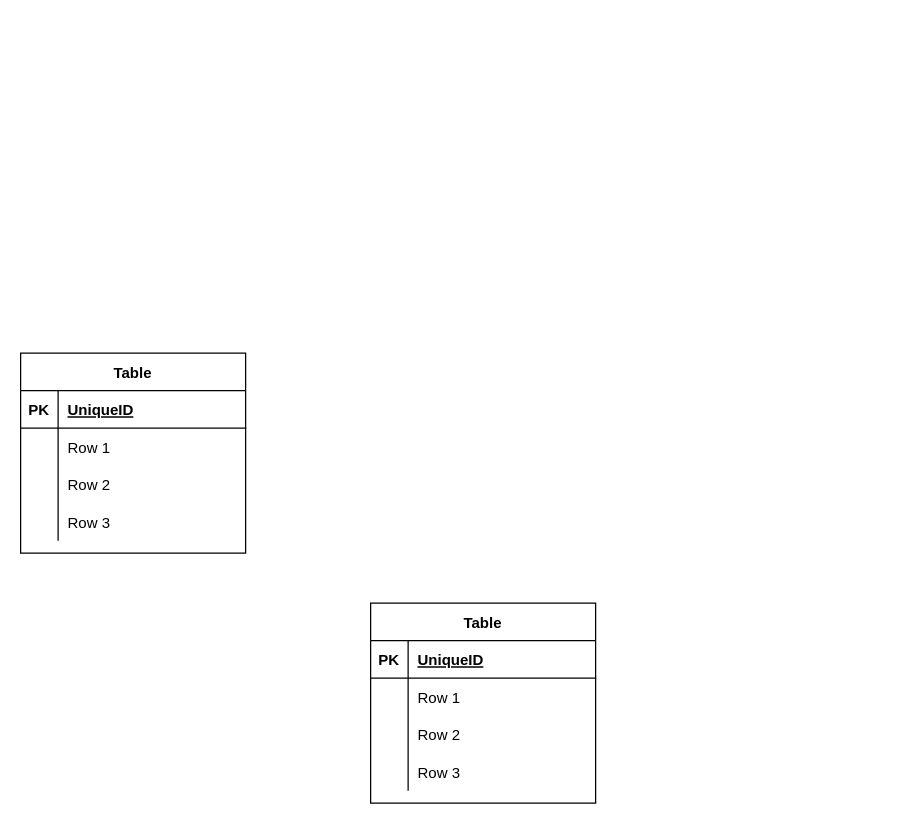
manudous/modelado-drawio keeps this draw.io diagram as biblioteca/biblioteca.drawio. Above is the earlier version. Source tidied: cells renumbered, new cells numbered last; positions are measured from the earlier drawing's top-left corner, leaving out a move shared by most shapes. Both pictures are drawn from the tidied source at 125%, with x=0, y=0 at pixel (20, 352).
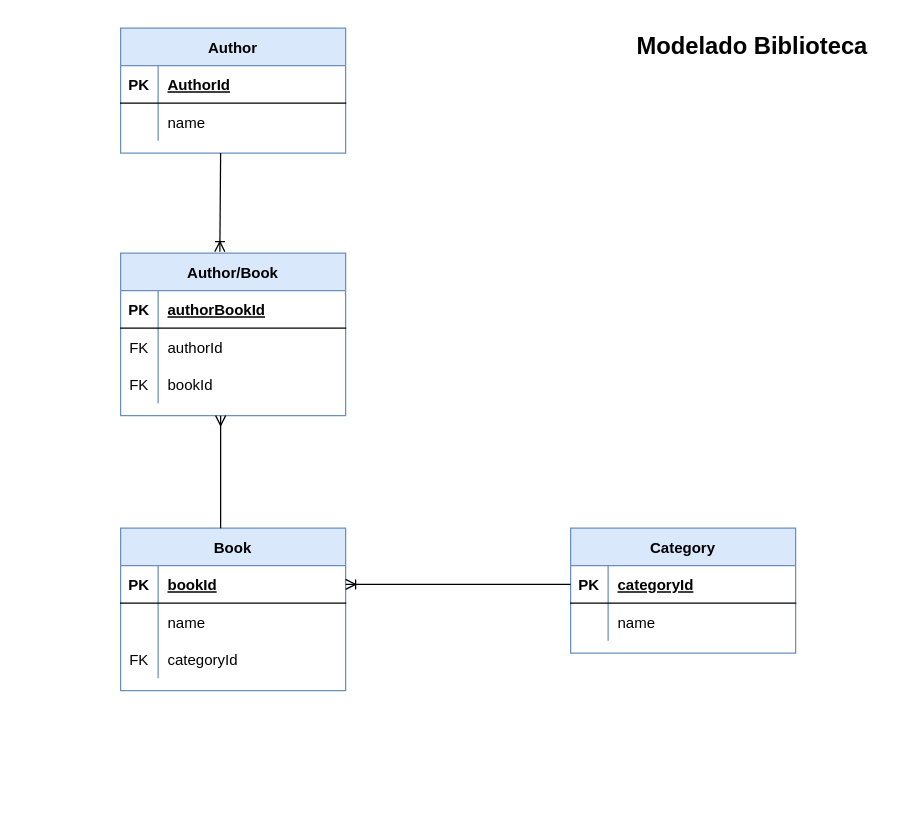
After the change.

The change refers to these unchanged cells:
```xml
<mxCell id="3" style="shape=tableRow;horizontal=0;startSize=0;swimlaneHead=0;swimlaneBody=0;fillColor=none;top=0;left=0;right=0;bottom=1;" parent="2" vertex="1">
  <mxGeometry y="30" width="180" height="30" as="geometry" />
</mxCell>
<mxCell id="6" style="shape=tableRow;horizontal=0;startSize=0;swimlaneHead=0;swimlaneBody=0;fillColor=none;top=0;left=0;right=0;bottom=0;" parent="2" vertex="1">
  <mxGeometry y="60" width="180" height="30" as="geometry" />
</mxCell>
<mxCell id="9" style="shape=tableRow;horizontal=0;startSize=0;swimlaneHead=0;swimlaneBody=0;fillColor=none;top=0;left=0;right=0;bottom=0;" parent="2" vertex="1">
  <mxGeometry y="90" width="180" height="30" as="geometry" />
</mxCell>
<mxCell id="16" style="shape=tableRow;horizontal=0;startSize=0;swimlaneHead=0;swimlaneBody=0;fillColor=none;top=0;left=0;right=0;bottom=1;" parent="15" vertex="1">
  <mxGeometry y="30" width="180" height="30" as="geometry" />
</mxCell>
<mxCell id="19" style="shape=tableRow;horizontal=0;startSize=0;swimlaneHead=0;swimlaneBody=0;fillColor=none;top=0;left=0;right=0;bottom=0;" parent="15" vertex="1">
  <mxGeometry y="60" width="180" height="30" as="geometry" />
</mxCell>
```

Diff of the diagram source:
```diff
@@
-    <mxCell id="2" value="Table" style="shape=table;startSize=30;childLayout=tableLayout;rowLines=0;fontStyle=1;align=center;" parent="1" vertex="1">
-      <mxGeometry x="280" y="200" width="180" height="160" as="geometry" />
+    <mxCell id="2" value="Author/Book" style="shape=table;startSize=30;childLayout=tableLayout;rowLines=0;fontStyle=1;align=center;fillColor=#dae8fc;strokeColor=#6c8ebf;" parent="1" vertex="1">
+      <mxGeometry x="80" y="-80" width="180" height="130" as="geometry" />
     </mxCell>
@@
-    <mxCell id="5" value="UniqueID" style="shape=partialRectangle;fillColor=none;top=0;left=0;bottom=0;right=0;align=left;spacingLeft=6;fontStyle=5;overflow=hidden;" parent="3" vertex="1">
+    <mxCell id="5" value="authorBookId" style="shape=partialRectangle;fillColor=none;top=0;left=0;bottom=0;right=0;align=left;spacingLeft=6;fontStyle=5;overflow=hidden;" parent="3" vertex="1">
       <mxGeometry x="30" width="150" height="30" as="geometry" />
     </mxCell>
@@
-    <mxCell id="7" style="shape=partialRectangle;fillColor=none;top=0;left=0;bottom=0;right=0;overflow=hidden;" parent="6" vertex="1">
+    <mxCell id="7" value="FK" style="shape=partialRectangle;fillColor=none;top=0;left=0;bottom=0;right=0;overflow=hidden;" parent="6" vertex="1">
       <mxGeometry width="30" height="30" as="geometry" />
     </mxCell>
-    <mxCell id="8" value="Row 1" style="shape=partialRectangle;fillColor=none;top=0;left=0;bottom=0;right=0;align=left;spacingLeft=6;overflow=hidden;" parent="6" vertex="1">
+    <mxCell id="8" value="authorId" style="shape=partialRectangle;fillColor=none;top=0;left=0;bottom=0;right=0;align=left;spacingLeft=6;overflow=hidden;" parent="6" vertex="1">
       <mxGeometry x="30" width="150" height="30" as="geometry" />
     </mxCell>
@@
-    <mxCell id="10" style="shape=partialRectangle;fillColor=none;top=0;left=0;bottom=0;right=0;overflow=hidden;" parent="9" vertex="1">
+    <mxCell id="10" value="FK" style="shape=partialRectangle;fillColor=none;top=0;left=0;bottom=0;right=0;overflow=hidden;" parent="9" vertex="1">
       <mxGeometry width="30" height="30" as="geometry" />
     </mxCell>
-    <mxCell id="11" value="Row 2" style="shape=partialRectangle;fillColor=none;top=0;left=0;bottom=0;right=0;align=left;spacingLeft=6;overflow=hidden;" parent="9" vertex="1">
+    <mxCell id="11" value="bookId" style="shape=partialRectangle;fillColor=none;top=0;left=0;bottom=0;right=0;align=left;spacingLeft=6;overflow=hidden;" parent="9" vertex="1">
       <mxGeometry x="30" width="150" height="30" as="geometry" />
     </mxCell>
-    <mxCell id="12" style="shape=tableRow;horizontal=0;startSize=0;swimlaneHead=0;swimlaneBody=0;fillColor=none;top=0;left=0;right=0;bottom=0;" parent="2" vertex="1">
-      <mxGeometry y="120" width="180" height="30" as="geometry" />
-    </mxCell>
-    <mxCell id="13" style="shape=partialRectangle;fillColor=none;top=0;left=0;bottom=0;right=0;overflow=hidden;" parent="12" vertex="1">
-      <mxGeometry width="30" height="30" as="geometry" />
-    </mxCell>
-    <mxCell id="14" value="Row 3" style="shape=partialRectangle;fillColor=none;top=0;left=0;bottom=0;right=0;align=left;spacingLeft=6;overflow=hidden;" parent="12" vertex="1">
-      <mxGeometry x="30" width="150" height="30" as="geometry" />
-    </mxCell>
-    <mxCell id="15" value="Table" style="shape=table;startSize=30;childLayout=tableLayout;rowLines=0;fontStyle=1;align=center;" parent="1" vertex="1">
-      <mxGeometry width="180" height="160" as="geometry" />
+    <mxCell id="15" value="Author" style="shape=table;startSize=30;childLayout=tableLayout;rowLines=0;fontStyle=1;align=center;fillColor=#dae8fc;strokeColor=#6c8ebf;" parent="1" vertex="1">
+      <mxGeometry x="80" y="-260" width="180" height="100" as="geometry" />
     </mxCell>
@@
-    <mxCell id="18" value="UniqueID" style="shape=partialRectangle;fillColor=none;top=0;left=0;bottom=0;right=0;align=left;spacingLeft=6;fontStyle=5;overflow=hidden;" parent="16" vertex="1">
+    <mxCell id="18" value="AuthorId" style="shape=partialRectangle;fillColor=none;top=0;left=0;bottom=0;right=0;align=left;spacingLeft=6;fontStyle=5;overflow=hidden;" parent="16" vertex="1">
       <mxGeometry x="30" width="150" height="30" as="geometry" />
     </mxCell>
@@
-    <mxCell id="21" value="Row 1" style="shape=partialRectangle;fillColor=none;top=0;left=0;bottom=0;right=0;align=left;spacingLeft=6;overflow=hidden;" parent="19" vertex="1">
+    <mxCell id="21" value="name" style="shape=partialRectangle;fillColor=none;top=0;left=0;bottom=0;right=0;align=left;spacingLeft=6;overflow=hidden;" parent="19" vertex="1">
       <mxGeometry x="30" width="150" height="30" as="geometry" />
     </mxCell>
+    <mxCell id="28" value="Book" style="shape=table;startSize=30;childLayout=tableLayout;rowLines=0;fontStyle=1;align=center;fillColor=#dae8fc;strokeColor=#6c8ebf;" parent="1" vertex="1">
+      <mxGeometry x="80" y="140" width="180" height="130" as="geometry" />
+    </mxCell>
+    <mxCell id="29" style="shape=tableRow;horizontal=0;startSize=0;swimlaneHead=0;swimlaneBody=0;fillColor=none;points=[[0,0.5],[1,0.5]];portConstraint=eastwest;top=0;left=0;right=0;bottom=1;" parent="28" vertex="1">
+      <mxGeometry y="30" width="180" height="30" as="geometry" />
+    </mxCell>
+    <mxCell id="30" value="PK" style="shape=partialRectangle;fillColor=none;top=0;left=0;bottom=0;right=0;fontStyle=1;overflow=hidden;" parent="29" vertex="1">
+      <mxGeometry width="30" height="30" as="geometry" />
+    </mxCell>
+    <mxCell id="31" value="bookId" style="shape=partialRectangle;fillColor=none;top=0;left=0;bottom=0;right=0;align=left;spacingLeft=6;fontStyle=5;overflow=hidden;" parent="29" vertex="1">
+      <mxGeometry x="30" width="150" height="30" as="geometry" />
+    </mxCell>
+    <mxCell id="32" style="shape=tableRow;horizontal=0;startSize=0;swimlaneHead=0;swimlaneBody=0;fillColor=none;top=0;left=0;right=0;bottom=0;" parent="28" vertex="1">
+      <mxGeometry y="60" width="180" height="30" as="geometry" />
+    </mxCell>
+    <mxCell id="33" style="shape=partialRectangle;fillColor=none;top=0;left=0;bottom=0;right=0;overflow=hidden;" parent="32" vertex="1">
+      <mxGeometry width="30" height="30" as="geometry" />
+    </mxCell>
+    <mxCell id="34" value="name" style="shape=partialRectangle;fillColor=none;top=0;left=0;bottom=0;right=0;align=left;spacingLeft=6;overflow=hidden;" parent="32" vertex="1">
+      <mxGeometry x="30" width="150" height="30" as="geometry" />
+    </mxCell>
-    <mxCell id="22" style="shape=tableRow;horizontal=0;startSize=0;swimlaneHead=0;swimlaneBody=0;fillColor=none;top=0;left=0;right=0;bottom=0;" parent="15" vertex="1">
+    <mxCell id="22" style="shape=tableRow;horizontal=0;startSize=0;swimlaneHead=0;swimlaneBody=0;fillColor=none;top=0;left=0;right=0;bottom=0;" parent="28" vertex="1">
       <mxGeometry y="90" width="180" height="30" as="geometry" />
     </mxCell>
-    <mxCell id="23" style="shape=partialRectangle;fillColor=none;top=0;left=0;bottom=0;right=0;overflow=hidden;" parent="22" vertex="1">
-      <mxGeometry width="30" height="30" as="geometry" />
-    </mxCell>
-    <mxCell id="24" value="Row 2" style="shape=partialRectangle;fillColor=none;top=0;left=0;bottom=0;right=0;align=left;spacingLeft=6;overflow=hidden;" parent="22" vertex="1">
-      <mxGeometry x="30" width="150" height="30" as="geometry" />
-    </mxCell>
-    <mxCell id="25" style="shape=tableRow;horizontal=0;startSize=0;swimlaneHead=0;swimlaneBody=0;fillColor=none;top=0;left=0;right=0;bottom=0;" parent="15" vertex="1">
-      <mxGeometry y="120" width="180" height="30" as="geometry" />
-    </mxCell>
-    <mxCell id="26" style="shape=partialRectangle;fillColor=none;top=0;left=0;bottom=0;right=0;overflow=hidden;" parent="25" vertex="1">
-      <mxGeometry width="30" height="30" as="geometry" />
-    </mxCell>
-    <mxCell id="27" value="Row 3" style="shape=partialRectangle;fillColor=none;top=0;left=0;bottom=0;right=0;align=left;spacingLeft=6;overflow=hidden;" parent="25" vertex="1">
-      <mxGeometry x="30" width="150" height="30" as="geometry" />
-    </mxCell>
+    <mxCell id="35" value="FK" style="shape=partialRectangle;fillColor=none;top=0;left=0;bottom=0;right=0;overflow=hidden;" parent="22" vertex="1">
+      <mxGeometry width="30" height="30" as="geometry" />
+    </mxCell>
+    <mxCell id="36" value="categoryId" style="shape=partialRectangle;fillColor=none;top=0;left=0;bottom=0;right=0;align=left;spacingLeft=6;overflow=hidden;" parent="22" vertex="1">
+      <mxGeometry x="30" width="150" height="30" as="geometry" />
+    </mxCell>
+    <mxCell id="37" value="Category" style="shape=table;startSize=30;childLayout=tableLayout;rowLines=0;fontStyle=1;align=center;fillColor=#dae8fc;strokeColor=#6c8ebf;" parent="1" vertex="1">
+      <mxGeometry x="440" y="140" width="180" height="100" as="geometry" />
+    </mxCell>
+    <mxCell id="38" style="shape=tableRow;horizontal=0;startSize=0;swimlaneHead=0;swimlaneBody=0;fillColor=none;points=[[0,0.5],[1,0.5]];portConstraint=eastwest;top=0;left=0;right=0;bottom=1;" parent="37" vertex="1">
+      <mxGeometry y="30" width="180" height="30" as="geometry" />
+    </mxCell>
+    <mxCell id="39" value="PK" style="shape=partialRectangle;fillColor=none;top=0;left=0;bottom=0;right=0;fontStyle=1;overflow=hidden;" parent="38" vertex="1">
+      <mxGeometry width="30" height="30" as="geometry" />
+    </mxCell>
+    <mxCell id="40" value="categoryId" style="shape=partialRectangle;fillColor=none;top=0;left=0;bottom=0;right=0;align=left;spacingLeft=6;fontStyle=5;overflow=hidden;" parent="38" vertex="1">
+      <mxGeometry x="30" width="150" height="30" as="geometry" />
+    </mxCell>
+    <mxCell id="41" style="shape=tableRow;horizontal=0;startSize=0;swimlaneHead=0;swimlaneBody=0;fillColor=none;top=0;left=0;right=0;bottom=0;" parent="37" vertex="1">
+      <mxGeometry y="60" width="180" height="30" as="geometry" />
+    </mxCell>
+    <mxCell id="42" style="shape=partialRectangle;fillColor=none;top=0;left=0;bottom=0;right=0;overflow=hidden;" parent="41" vertex="1">
+      <mxGeometry width="30" height="30" as="geometry" />
+    </mxCell>
+    <mxCell id="43" value="name" style="shape=partialRectangle;fillColor=none;top=0;left=0;bottom=0;right=0;align=left;spacingLeft=6;overflow=hidden;" parent="41" vertex="1">
+      <mxGeometry x="30" width="150" height="30" as="geometry" />
+    </mxCell>
+    <mxCell id="44" style="fontSize=12;html=1;endArrow=ERoneToMany;rounded=0;entryX=0.441;entryY=-0.009;entryDx=0;entryDy=0;entryPerimeter=0;" parent="1" edge="1" target="2">
+      <mxGeometry relative="1" as="geometry">
+        <mxPoint x="160" y="-160" as="sourcePoint" />
+      </mxGeometry>
+    </mxCell>
+    <mxCell id="45" style="fontSize=12;html=1;endArrow=ERmany;rounded=0;" parent="1" edge="1">
+      <mxGeometry relative="1" as="geometry">
+        <mxPoint x="160" y="140" as="sourcePoint" />
+        <mxPoint x="160" y="50" as="targetPoint" />
+      </mxGeometry>
+    </mxCell>
+    <mxCell id="46" style="fontSize=12;html=1;endArrow=ERoneToMany;rounded=0;exitX=0;exitY=0.5;exitDx=0;exitDy=0;entryX=1;entryY=0.5;entryDx=0;entryDy=0;" parent="1" edge="1" source="38" target="29">
+      <mxGeometry relative="1" as="geometry" />
+    </mxCell>
+    <mxCell id="47" value="Modelado Biblioteca" style="text;html=1;align=center;verticalAlign=middle;strokeColor=none;fillColor=none;strokeWidth=1;fontSize=19;fontStyle=1;" parent="1" vertex="1">
+      <mxGeometry x="480" y="-265" width="210" height="40" as="geometry" />
+    </mxCell>
```
